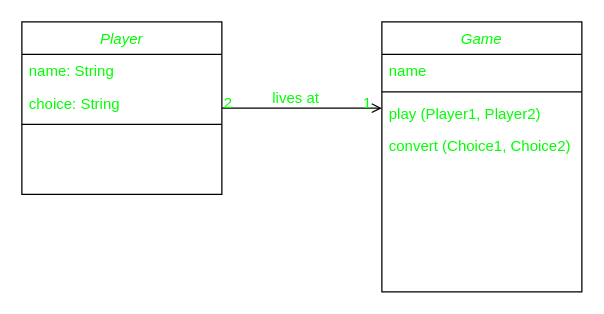
Before: UMLDiagram.drawio in Michalju/week3_day5_homework, a draw.io diagram. Source tidied: cells renumbered, new cells numbered last; positions are measured from the earlier drawing's top-left corner, leaving out a move shared by most shapes. Both pictures are drawn from the tidied source at 125%, with x=0, y=0 at pixel (21, 21).
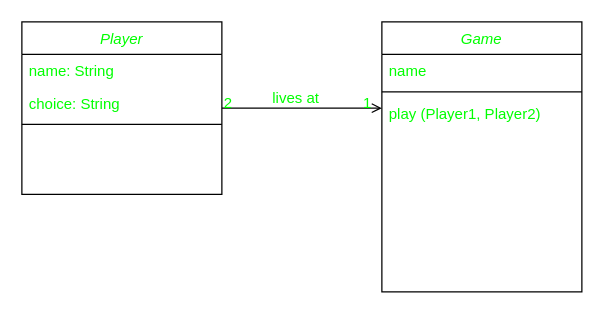
Above is the later version.

Commit message:
Corrected UML so it does not inlcude convert method

What changed in the source:
```diff
@@
 <mxGraphModel>
   <root>
     <mxCell id="0" />
     <mxCell id="1" parent="0" />
     <mxCell id="2" value="Player" style="swimlane;fontStyle=2;align=center;verticalAlign=top;horizontal=1;startSize=26;rounded=0;shadow=0;strokeWidth=1;fontColor=#00FF00;" parent="1" vertex="1">
       <mxGeometry width="160" height="138" as="geometry" />
     </mxCell>
     <mxCell id="3" value="name: String" style="text;align=left;verticalAlign=top;spacingLeft=4;spacingRight=4;overflow=hidden;fontColor=#00FF00;" parent="2" vertex="1">
       <mxGeometry y="26" width="160" height="26" as="geometry" />
     </mxCell>
     <mxCell id="4" value="choice: String" style="text;align=left;verticalAlign=top;spacingLeft=4;spacingRight=4;overflow=hidden;rounded=0;shadow=0;html=0;fontColor=#00FF00;" parent="2" vertex="1">
       <mxGeometry y="52" width="160" height="26" as="geometry" />
     </mxCell>
     <mxCell id="5" style="line;html=1;strokeWidth=1;align=left;verticalAlign=middle;spacingTop=-1;spacingLeft=3;spacingRight=3;labelPosition=right;fontColor=#00FF00;" parent="2" vertex="1">
       <mxGeometry y="78" width="160" height="8" as="geometry" />
     </mxCell>
     <mxCell id="6" value="Game" style="swimlane;fontStyle=2;align=center;verticalAlign=top;horizontal=1;startSize=26;rounded=0;shadow=0;strokeWidth=1;fontColor=#00FF00;" parent="1" vertex="1">
       <mxGeometry x="288" width="160" height="216" as="geometry" />
     </mxCell>
     <mxCell id="7" value="name" style="text;align=left;verticalAlign=top;spacingLeft=4;spacingRight=4;overflow=hidden;fontColor=#00FF00;" parent="6" vertex="1">
       <mxGeometry y="26" width="160" height="26" as="geometry" />
     </mxCell>
     <mxCell id="8" style="line;html=1;strokeWidth=1;align=left;verticalAlign=middle;spacingTop=-1;spacingLeft=3;spacingRight=3;labelPosition=right;fontColor=#00FF00;" parent="6" vertex="1">
       <mxGeometry y="52" width="160" height="8" as="geometry" />
     </mxCell>
     <mxCell id="9" value="play (Player1, Player2)" style="text;align=left;verticalAlign=top;spacingLeft=4;spacingRight=4;overflow=hidden;fontColor=#00FF00;" parent="6" vertex="1">
       <mxGeometry y="60" width="160" height="26" as="geometry" />
     </mxCell>
-    <mxCell id="10" value="convert (Choice1, Choice2)" style="text;align=left;verticalAlign=top;spacingLeft=4;spacingRight=4;overflow=hidden;fontColor=#00FF00;" parent="6" vertex="1">
-      <mxGeometry y="86" width="160" height="26" as="geometry" />
-    </mxCell>
     <mxCell id="11" style="endArrow=open;shadow=0;strokeWidth=1;rounded=0;endFill=1;edgeStyle=elbowEdgeStyle;elbow=vertical;fontColor=#00FF00;" parent="1" edge="1" source="2" target="6">
       <mxGeometry x="0.5" y="41" relative="1" as="geometry">
         <mxPoint x="-40" y="32" as="offset" />
       </mxGeometry>
     </mxCell>
     <mxCell id="12" value="2" style="align=left;verticalAlign=bottom;labelBackgroundColor=none;fontSize=12;fontColor=#00FF00;" parent="11" vertex="1">
       <mxGeometry x="-1" relative="1" as="geometry">
         <mxPoint y="4" as="offset" />
       </mxGeometry>
     </mxCell>
     <mxCell id="13" value="1" style="align=right;verticalAlign=bottom;labelBackgroundColor=none;fontSize=12;fontColor=#00FF00;" parent="11" vertex="1">
       <mxGeometry x="1" relative="1" as="geometry">
         <mxPoint x="-7" y="4" as="offset" />
       </mxGeometry>
     </mxCell>
     <mxCell id="14" value="lives at" style="text;html=1;align=center;verticalAlign=middle;labelBackgroundColor=none;rounded=0;shadow=0;strokeWidth=1;fontSize=12;fontColor=#00FF00;" parent="11" vertex="1">
       <mxGeometry x="0.5" y="49" relative="1" as="geometry">
         <mxPoint x="-38" y="40" as="offset" />
       </mxGeometry>
     </mxCell>
   </root>
 </mxGraphModel>
```
